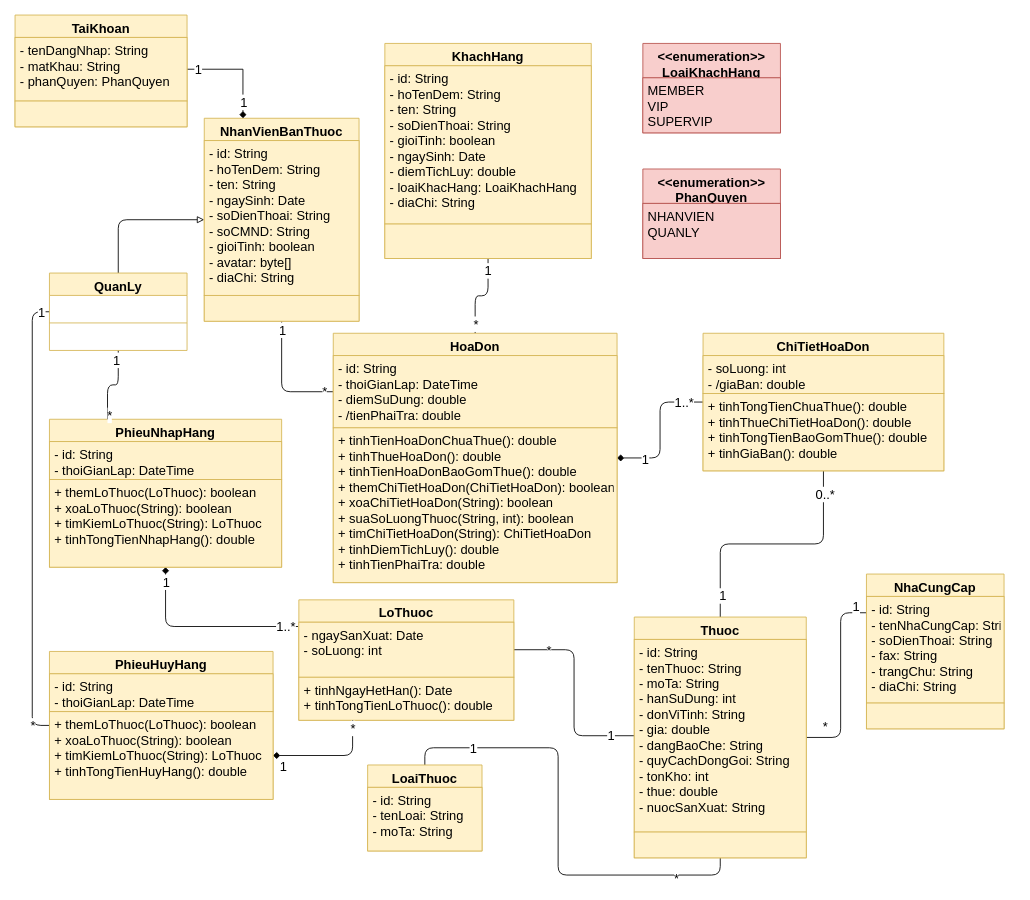
Above: phamarcy_class_diagram.drawio in duchoan6814/Truong-Duc-Hoan (draw.io), before the change. Source tidied: cells renumbered, new cells numbered last; positions are measured from the earlier drawing's top-left corner, leaving out a move shared by most shapes. Both pictures are drawn from the tidied source at 86%, with x=0, y=0 at pixel (15, 15).
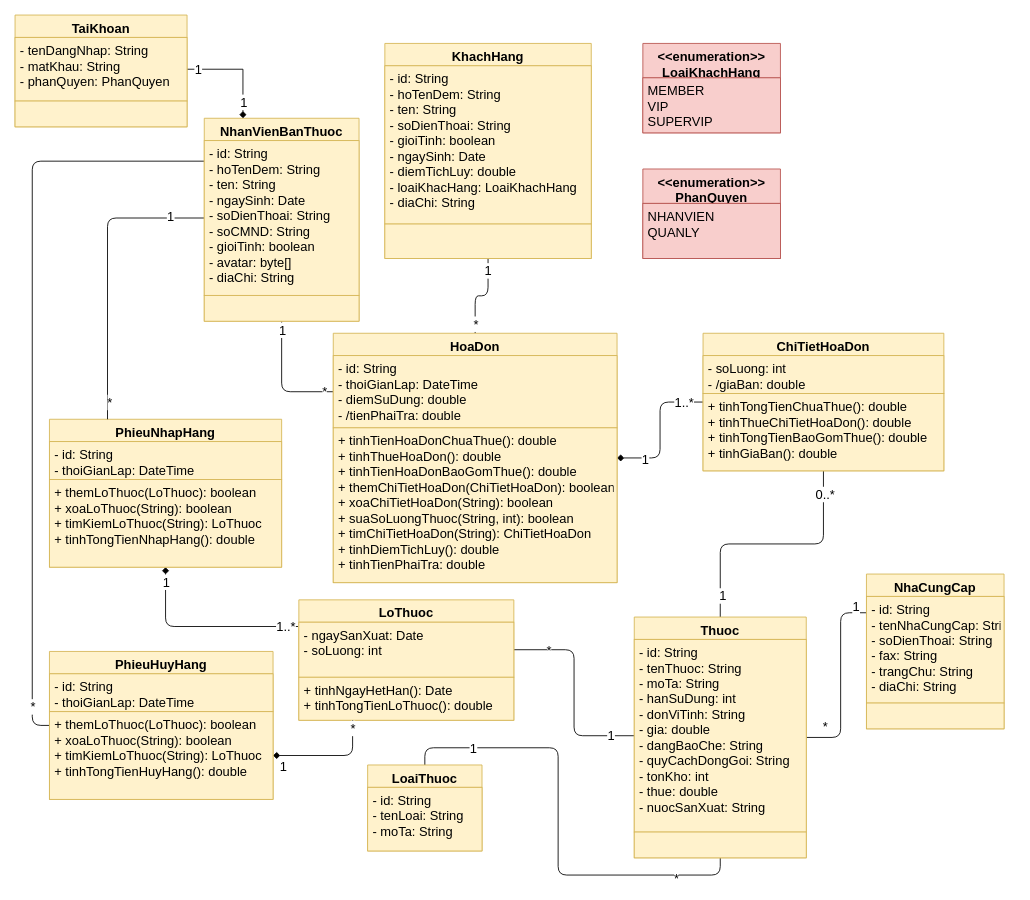
Above is the later version.

Unchanged cells that the change refers to:
```xml
<mxCell id="33" value="PhieuNhapHang" style="swimlane;fontStyle=1;align=center;verticalAlign=top;horizontal=1;startSize=26;fillColor=#fff2cc;strokeColor=#d6b656;fontSize=15;" parent="1" vertex="1">
  <mxGeometry x="40" y="470" width="270" height="172" as="geometry" />
</mxCell>
<mxCell id="45" value="NhanVienBanThuoc" style="swimlane;fontStyle=1;align=center;verticalAlign=top;horizontal=1;startSize=26;fillColor=#fff2cc;strokeColor=#d6b656;fontSize=15;" parent="1" vertex="1">
  <mxGeometry x="220" y="120" width="180" height="236" as="geometry" />
</mxCell>
<mxCell id="46" value="- id: String&#10;- hoTenDem: String&#10;- ten: String&#10;- ngaySinh: Date&#10;- soDienThoai: String&#10;- soCMND: String&#10;- gioiTinh: boolean&#10;- avatar: byte[]&#10;- diaChi: String" style="text;strokeColor=#d6b656;fillColor=#fff2cc;align=left;verticalAlign=top;spacingLeft=4;spacingRight=4;overflow=hidden;points=[[0,0.5],[1,0.5]];portConstraint=eastwest;fontSize=15;" parent="45" vertex="1">
  <mxGeometry y="26" width="180" height="180" as="geometry" />
</mxCell>
<mxCell id="48" value="PhieuHuyHang" style="swimlane;fontStyle=1;align=center;verticalAlign=top;horizontal=1;startSize=26;fillColor=#fff2cc;strokeColor=#d6b656;fontSize=15;" parent="1" vertex="1">
  <mxGeometry x="40" y="740" width="260" height="172" as="geometry" />
</mxCell>
```

Diff of the diagram source:
```diff
@@
-    <mxCell id="14" style="edgeStyle=orthogonalEdgeStyle;rounded=1;jettySize=auto;html=1;exitX=0;exitY=0.5;exitDx=0;exitDy=0;entryX=0.5;entryY=0;entryDx=0;entryDy=0;startArrow=block;startFill=0;endArrow=none;endFill=0;fontSize=15;" parent="1" edge="1" source="45" target="57">
-      <mxGeometry relative="1" as="geometry" />
-    </mxCell>
@@
-    <mxCell id="36" style="edgeStyle=orthogonalEdgeStyle;rounded=1;jettySize=auto;html=1;exitX=0.25;exitY=0;exitDx=0;exitDy=0;entryX=0.5;entryY=1;entryDx=0;entryDy=0;startArrow=none;startFill=0;endArrow=none;endFill=0;fontSize=15;" parent="1" edge="1" source="33" target="57">
+    <mxCell id="36" style="edgeStyle=orthogonalEdgeStyle;rounded=1;jettySize=auto;html=1;exitX=0.25;exitY=0;exitDx=0;exitDy=0;entryX=0;entryY=0.5;entryDx=0;entryDy=0;startArrow=none;startFill=0;endArrow=none;endFill=0;fontSize=15;" parent="1" edge="1" source="33" target="46">
       <mxGeometry relative="1" as="geometry" />
     </mxCell>
@@
-    <mxCell id="42" style="edgeStyle=orthogonalEdgeStyle;rounded=1;jettySize=auto;html=1;exitX=0;exitY=0.5;exitDx=0;exitDy=0;entryX=0;entryY=0.5;entryDx=0;entryDy=0;startArrow=none;startFill=0;endArrow=none;endFill=0;fontSize=15;" parent="1" edge="1" source="48" target="57">
+    <mxCell id="42" style="edgeStyle=orthogonalEdgeStyle;rounded=1;jettySize=auto;html=1;exitX=0;exitY=0.5;exitDx=0;exitDy=0;entryX=0.011;entryY=0.133;entryDx=0;entryDy=0;startArrow=none;startFill=0;endArrow=none;endFill=0;fontSize=15;entryPerimeter=0;" parent="1" edge="1" source="48" target="46">
       <mxGeometry relative="1" as="geometry" />
     </mxCell>
@@
-    <mxCell id="57" value="QuanLy" style="swimlane;fontStyle=1;align=center;verticalAlign=top;horizontal=1;startSize=26;fillColor=#fff2cc;strokeColor=#d6b656;fontSize=15;" parent="1" vertex="1">
-      <mxGeometry x="40" y="300" width="160" height="90" as="geometry" />
-    </mxCell>
-    <mxCell id="58" style="line;strokeWidth=1;fillColor=#fff2cc;align=left;verticalAlign=middle;spacingTop=-1;spacingLeft=3;spacingRight=3;labelPosition=right;strokeColor=#d6b656;fontSize=15;" parent="57" vertex="1">
-      <mxGeometry y="26" width="160" height="64" as="geometry" />
-    </mxCell>
```
